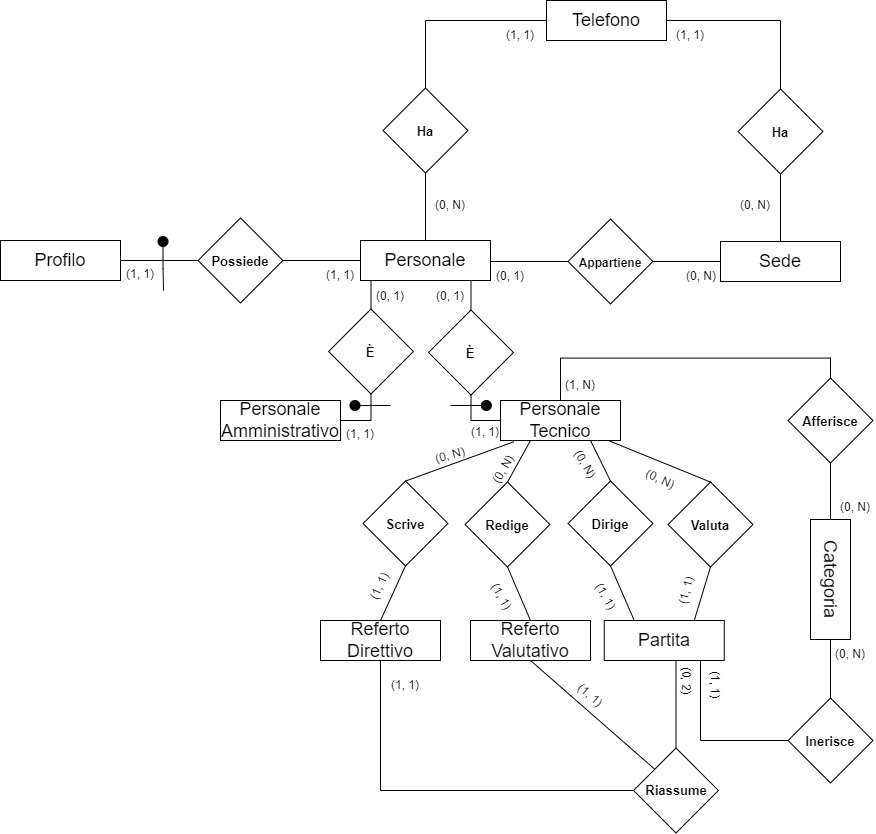
Before: ERDiagram/WhistleERRistrutturato.drawio.png, a diagram exported from draw.io (savernike/DiagramsSet). Source tidied: cells renumbered, new cells last; positions are measured from the earlier drawing's top-left corner, leaving out a move shared by most shapes.
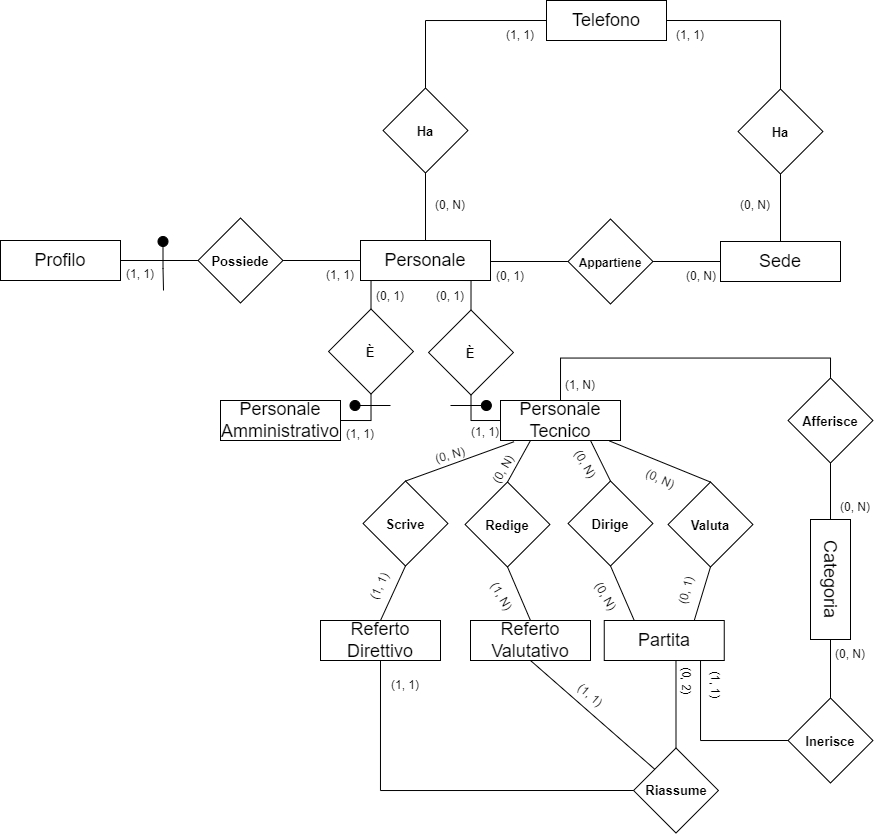
The same diagram one commit later.

Change to the diagram source:
```diff
@@ -144,9 +144,6 @@
     <mxCell id="46" value="(0, N)" style="text;strokeColor=none;align=center;fillColor=none;html=1;verticalAlign=middle;whiteSpace=wrap;rounded=0;rotation=-15;" parent="1" vertex="1">
       <mxGeometry x="430" y="440" width="40" height="30" as="geometry" />
     </mxCell>
-    <mxCell id="47" value="(1, 1)" style="text;strokeColor=none;align=center;fillColor=none;html=1;verticalAlign=middle;whiteSpace=wrap;rounded=0;rotation=-65;" parent="1" vertex="1">
-      <mxGeometry x="359.5" y="571.4" width="40" height="30" as="geometry" />
-    </mxCell>
     <mxCell id="48" value="(0, N)" style="text;strokeColor=none;align=center;fillColor=none;html=1;verticalAlign=middle;whiteSpace=wrap;rounded=0;rotation=-60;" parent="1" vertex="1">
       <mxGeometry x="483" y="454" width="40" height="30" as="geometry" />
     </mxCell>
@@ -156,15 +153,6 @@
     <mxCell id="50" value="(0, N)" style="text;strokeColor=none;align=center;fillColor=none;html=1;verticalAlign=middle;whiteSpace=wrap;rounded=0;rotation=25;" parent="1" vertex="1">
       <mxGeometry x="640" y="464" width="40" height="30" as="geometry" />
     </mxCell>
-    <mxCell id="51" value="(1, 1)" style="text;strokeColor=none;align=center;fillColor=none;html=1;verticalAlign=middle;whiteSpace=wrap;rounded=0;rotation=60;" parent="1" vertex="1">
-      <mxGeometry x="480.9" y="581.4" width="40" height="30" as="geometry" />
-    </mxCell>
-    <mxCell id="52" value="(1, 1)" style="text;strokeColor=none;align=center;fillColor=none;html=1;verticalAlign=middle;whiteSpace=wrap;rounded=0;rotation=60;" parent="1" vertex="1">
-      <mxGeometry x="585" y="581.4" width="40" height="30" as="geometry" />
-    </mxCell>
-    <mxCell id="53" value="(1, 1)" style="text;strokeColor=none;align=center;fillColor=none;html=1;verticalAlign=middle;whiteSpace=wrap;rounded=0;rotation=-75;" parent="1" vertex="1">
-      <mxGeometry x="666" y="575" width="40" height="30" as="geometry" />
-    </mxCell>
     <mxCell id="54" style="edgeStyle=orthogonalEdgeStyle;shape=connector;rounded=0;jettySize=auto;html=1;exitX=0;exitY=0;exitDx=0;exitDy=0;entryX=0.81;entryY=1;entryDx=0;entryDy=0;entryPerimeter=0;labelBackgroundColor=default;strokeColor=default;fontFamily=Helvetica;fontSize=11;fontColor=default;endArrow=none;endFill=0;" parent="1" edge="1" source="55" target="30">
       <mxGeometry relative="1" as="geometry">
         <Array as="points">
@@ -307,5 +295,17 @@
     <mxCell id="97" style="ellipse;whiteSpace=wrap;html=1;fillColor=#000000;" parent="1" vertex="1">
       <mxGeometry x="157.5" y="236" width="10" height="10" as="geometry" />
     </mxCell>
+    <mxCell id="47" value="(1, 1)" style="text;strokeColor=none;align=center;fillColor=none;html=1;verticalAlign=middle;whiteSpace=wrap;rounded=0;rotation=-65;" parent="1" vertex="1">
+      <mxGeometry x="359.5" y="571.4" width="40" height="30" as="geometry" />
+    </mxCell>
+    <mxCell id="98" value="(1, N)" style="text;strokeColor=none;align=center;fillColor=none;html=1;verticalAlign=middle;whiteSpace=wrap;rounded=0;rotation=60;" parent="1" vertex="1">
+      <mxGeometry x="480.9" y="581.4" width="40" height="30" as="geometry" />
+    </mxCell>
+    <mxCell id="99" value="(0, N)" style="text;strokeColor=none;align=center;fillColor=none;html=1;verticalAlign=middle;whiteSpace=wrap;rounded=0;rotation=60;" parent="1" vertex="1">
+      <mxGeometry x="585" y="581.4" width="40" height="30" as="geometry" />
+    </mxCell>
+    <mxCell id="100" value="(0, 1)" style="text;strokeColor=none;align=center;fillColor=none;html=1;verticalAlign=middle;whiteSpace=wrap;rounded=0;rotation=-75;" parent="1" vertex="1">
+      <mxGeometry x="666" y="575" width="40" height="30" as="geometry" />
+    </mxCell>
   </root>
 </mxGraphModel>
```
